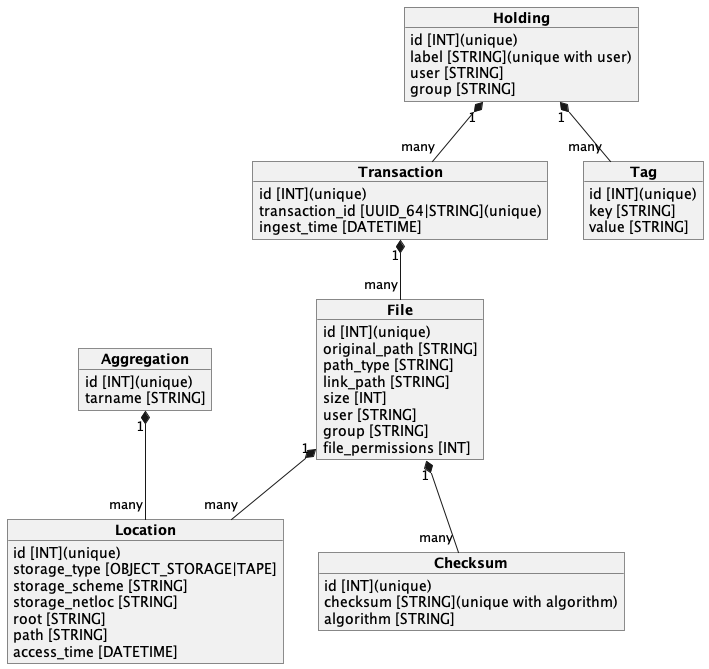
The PlantUML diagram docs/spec/uml/catalog_db.png in cedadev/nlds, before a commit.
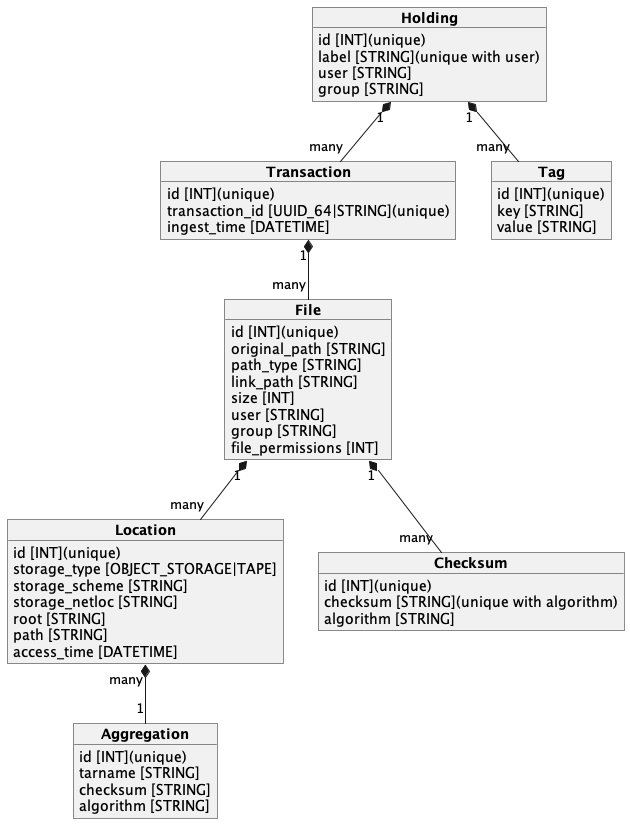
The same diagram one commit later.

Commit message:
Updated catalog_db uml

The edit, as a diff of the source:
```diff
@@ -1,4 +1,4 @@
-@startuml catalog_db_update
+@startuml catalog_db
 
 object "**Holding**" as holding {
     id [INT](unique)
@@ -22,6 +22,8 @@
 object "**Aggregation**" as aggregation {
     id [INT](unique)
     tarname [STRING]
+    checksum [STRING]
+    algorithm [STRING]
 }
 
 object "**File**" as file {
@@ -51,7 +53,7 @@
     algorithm [STRING]
 }
 
-aggregation "1" *-- "many" location
+location "many"  *-- "1" aggregation
 transaction "1" *-- "many" file
 holding "1" *-- "many" transaction
 holding "1" *-- "many" tag
```
